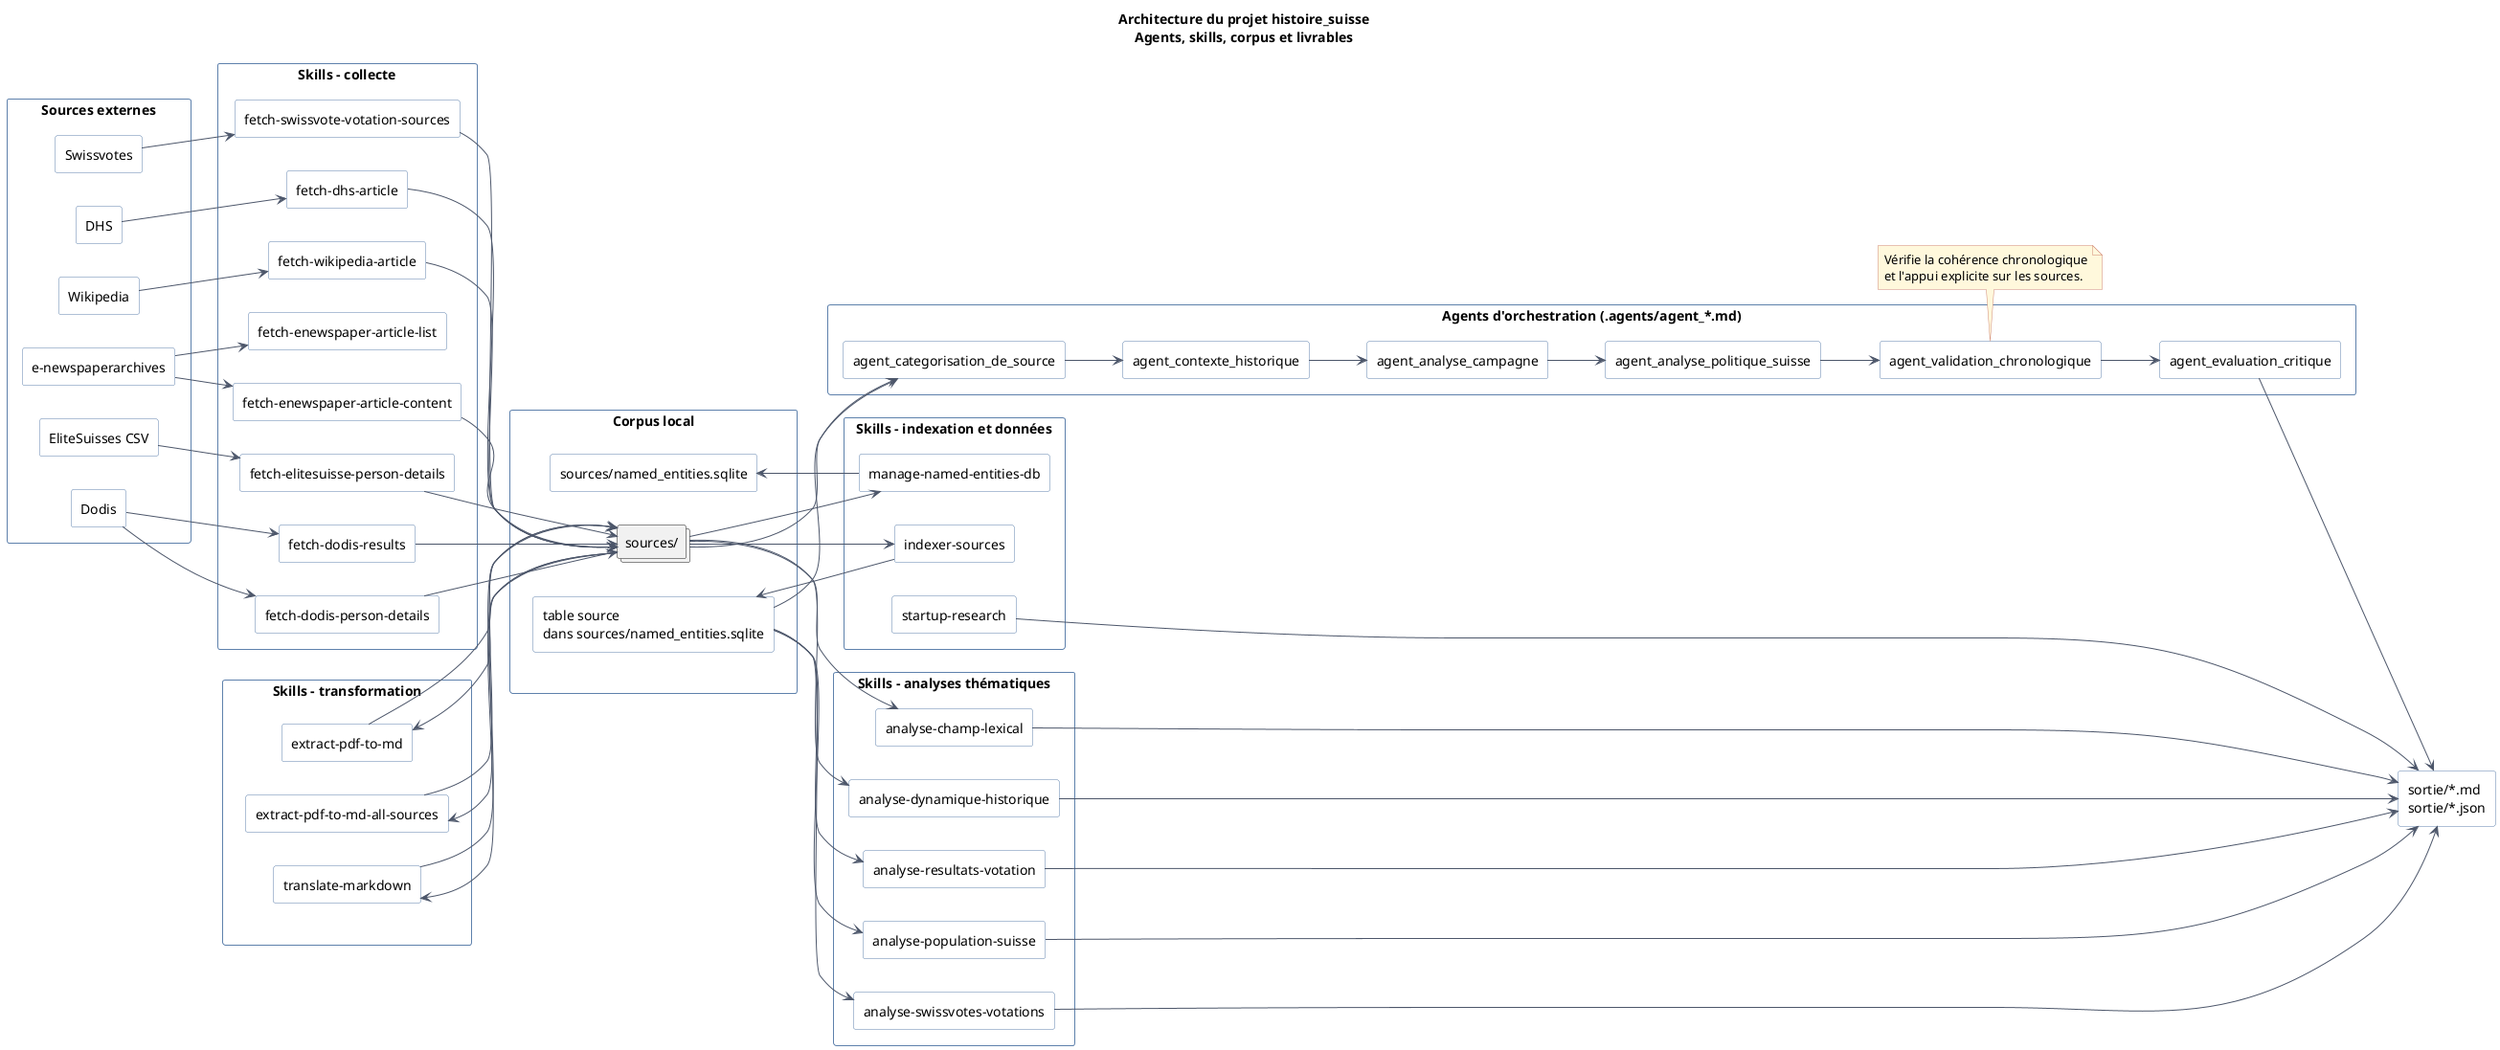
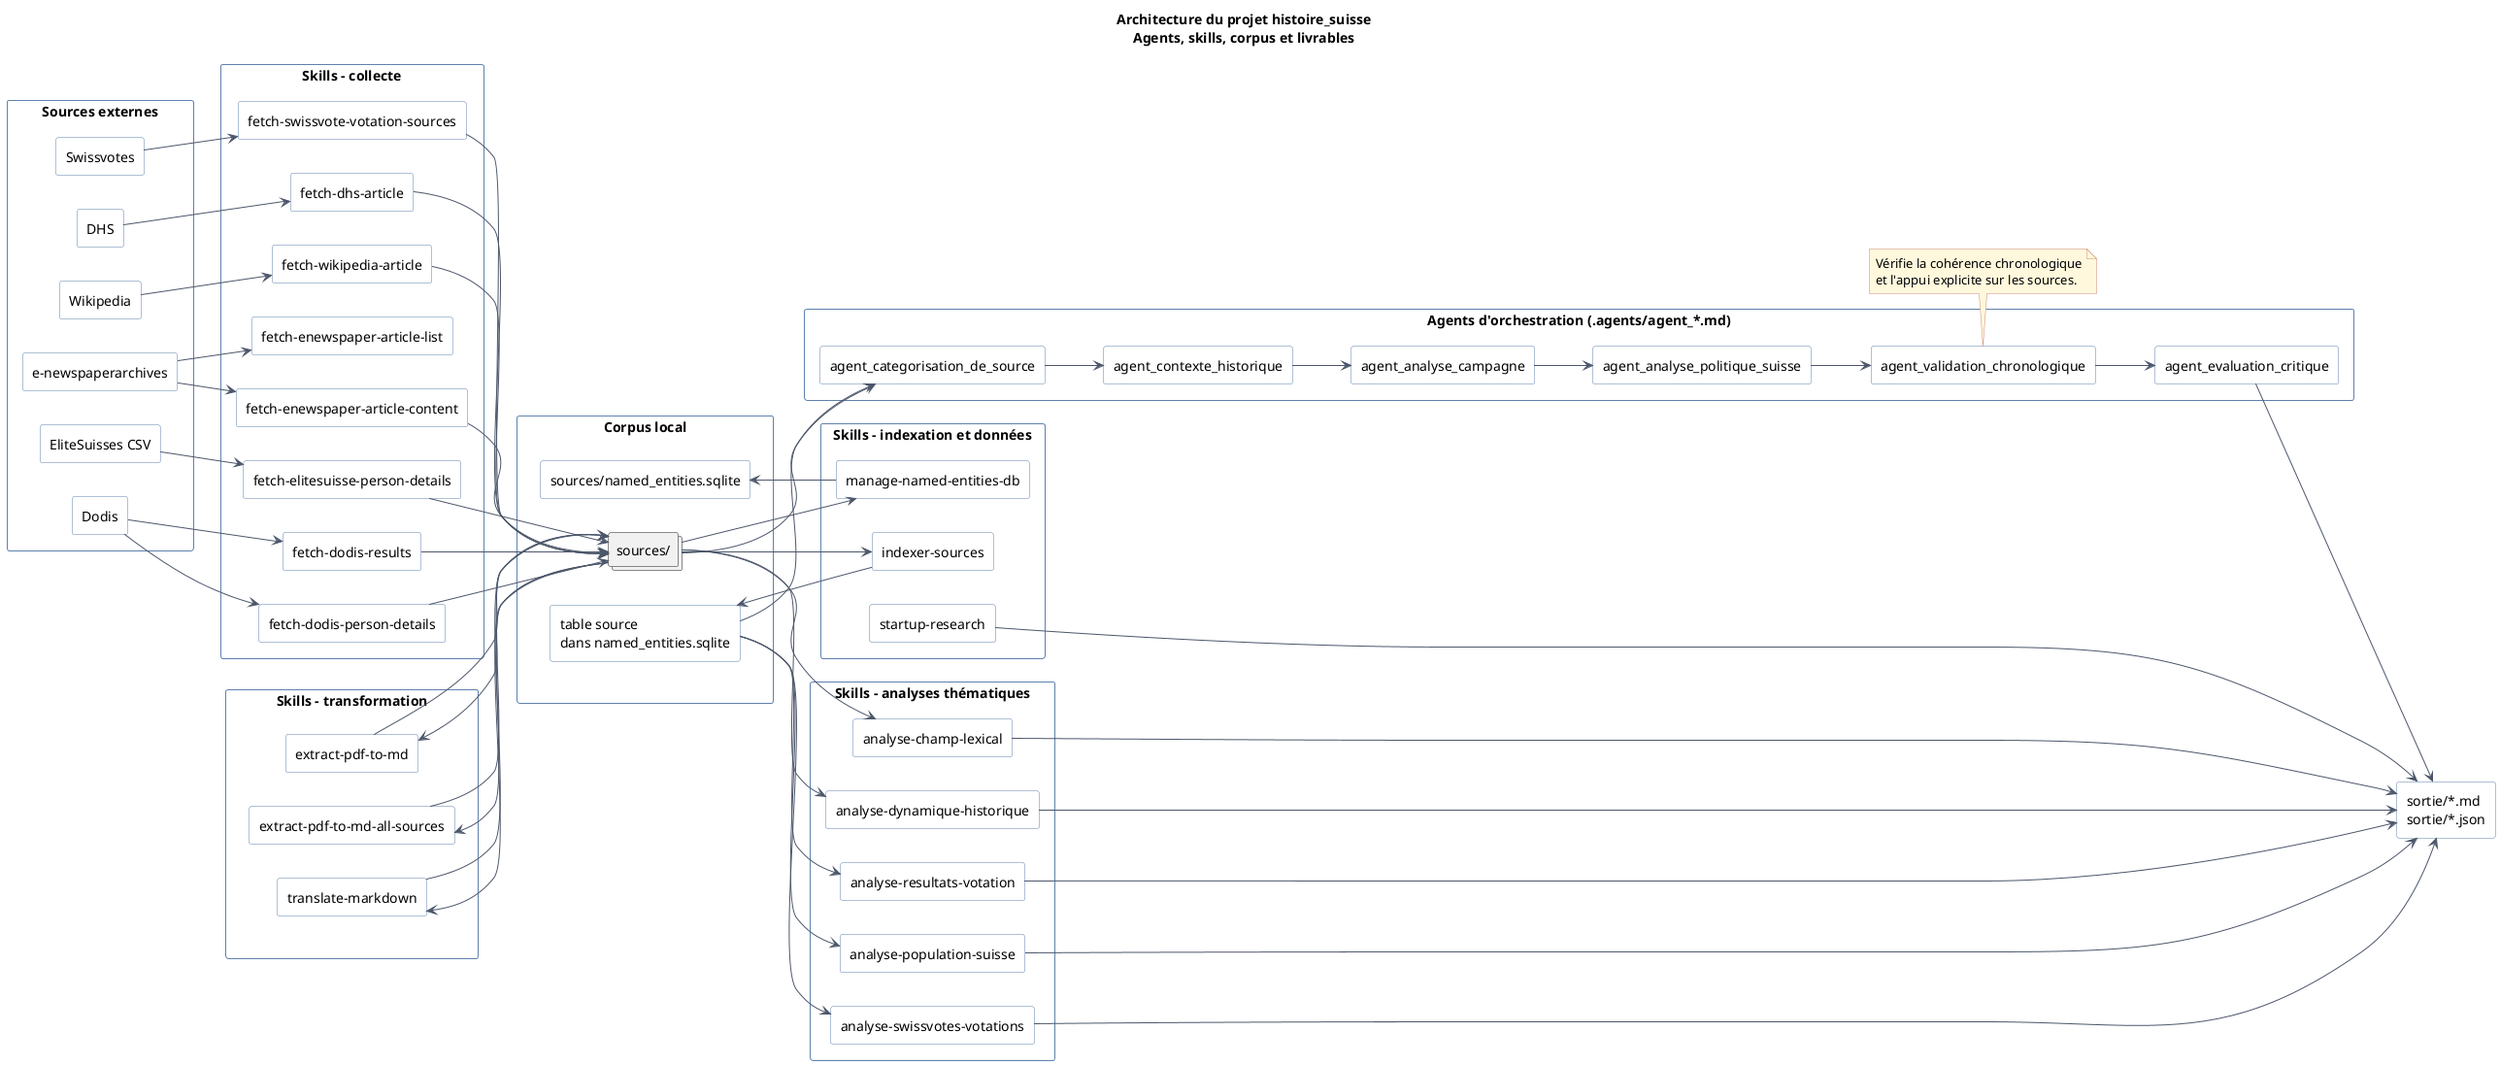
@startuml
' Architecture multi-agents + skills du projet histoire_suisse
left to right direction
skinparam shadowing false
skinparam packageStyle rectangle
skinparam defaultFontName Arial
skinparam ArrowColor #4C566A
skinparam packageBorderColor #5E81AC
skinparam packageBackgroundColor #ECEFF4
skinparam rectangleBorderColor #5E81AC
skinparam rectangleBackgroundColor #FFFFFF
skinparam noteBackgroundColor #FFF8DC
skinparam noteBorderColor #D08770

title Architecture du projet histoire_suisse\nAgents, skills, corpus et livrables

package "Sources externes" as EXT {
  rectangle "Swissvotes" as SW
  rectangle "DHS" as DHS
  rectangle "e-newspaperarchives" as ENP
  rectangle "Dodis" as DODIS
  rectangle "Wikipedia" as WIKI
  rectangle "EliteSuisses CSV" as ELITE
}

package "Skills - collecte" as SK_COLLECT {
  rectangle "fetch-swissvote-votation-sources" as S_SW
  rectangle "fetch-dhs-article" as S_DHS
  rectangle "fetch-enewspaper-article-list" as S_ENP_LIST
  rectangle "fetch-enewspaper-article-content" as S_ENP_CONTENT
  rectangle "fetch-dodis-results" as S_DODIS_RES
  rectangle "fetch-dodis-person-details" as S_DODIS_PERSON
  rectangle "fetch-wikipedia-article" as S_WIKI
  rectangle "fetch-elitesuisse-person-details" as S_ELITE
}

package "Skills - transformation" as SK_TRANSFORM {
  rectangle "extract-pdf-to-md" as S_PDF
  rectangle "extract-pdf-to-md-all-sources" as S_PDF_ALL
  rectangle "translate-markdown" as S_TRANSLATE
}

package "Corpus local" as CORPUS {
  collections "sources/" as SRC
-   rectangle "table source\ndans sources/named_entities.sqlite" as IDX
+   rectangle "table source\ndans named_entities.sqlite" as IDX
  rectangle "sources/named_entities.sqlite" as NEDB
}

package "Skills - indexation et données" as SK_DATA {
  rectangle "indexer-sources" as S_INDEX
  rectangle "manage-named-entities-db" as S_NE
  rectangle "startup-research" as S_START
}

package "Skills - analyses thématiques" as SK_ANALYSIS {
  rectangle "analyse-swissvotes-votations" as A_SW
  rectangle "analyse-resultats-votation" as A_RES
  rectangle "analyse-population-suisse" as A_POP
  rectangle "analyse-dynamique-historique" as A_DYN
  rectangle "analyse-champ-lexical" as A_LEX
}

SK_TRANSFORM -[hidden]down-> CORPUS

package "Agents d'orchestration (.agents/agent_*.md)" as AGENTS {
  rectangle "agent_categorisation_de_source" as AG_CAT
  rectangle "agent_contexte_historique" as AG_CTX
  rectangle "agent_analyse_campagne" as AG_CAM
  rectangle "agent_analyse_politique_suisse" as AG_POL
  rectangle "agent_validation_chronologique" as AG_VAL
  rectangle "agent_evaluation_critique" as AG_EVAL
}

rectangle "sortie/*.md\nsortie/*.json" as OUT

SW --> S_SW
DHS --> S_DHS
ENP --> S_ENP_LIST
ENP --> S_ENP_CONTENT
DODIS --> S_DODIS_RES
DODIS --> S_DODIS_PERSON
WIKI --> S_WIKI
ELITE --> S_ELITE

S_SW --> SRC
S_DHS --> SRC
S_ENP_CONTENT --> SRC
S_DODIS_RES --> SRC
S_DODIS_PERSON --> SRC
S_WIKI --> SRC
S_ELITE --> SRC

SRC --> S_PDF
SRC --> S_PDF_ALL
SRC --> S_TRANSLATE
S_PDF --> SRC
S_PDF_ALL --> SRC
S_TRANSLATE --> SRC

SRC --> S_INDEX
S_INDEX --> IDX
SRC --> S_NE
S_NE --> NEDB
S_START --> OUT

IDX --> AG_CAT
SRC --> AG_CAT
AG_CAT --> AG_CTX
AG_CTX --> AG_CAM
AG_CAM --> AG_POL
AG_POL --> AG_VAL
AG_VAL --> AG_EVAL
AG_EVAL --> OUT

IDX --> A_SW
IDX --> A_RES
IDX --> A_POP
SRC --> A_DYN
SRC --> A_LEX

A_SW --> OUT
A_RES --> OUT
A_POP --> OUT
A_DYN --> OUT
A_LEX --> OUT

note bottom of AG_VAL
Vérifie la cohérence chronologique
et l'appui explicite sur les sources.
end note





@enduml
